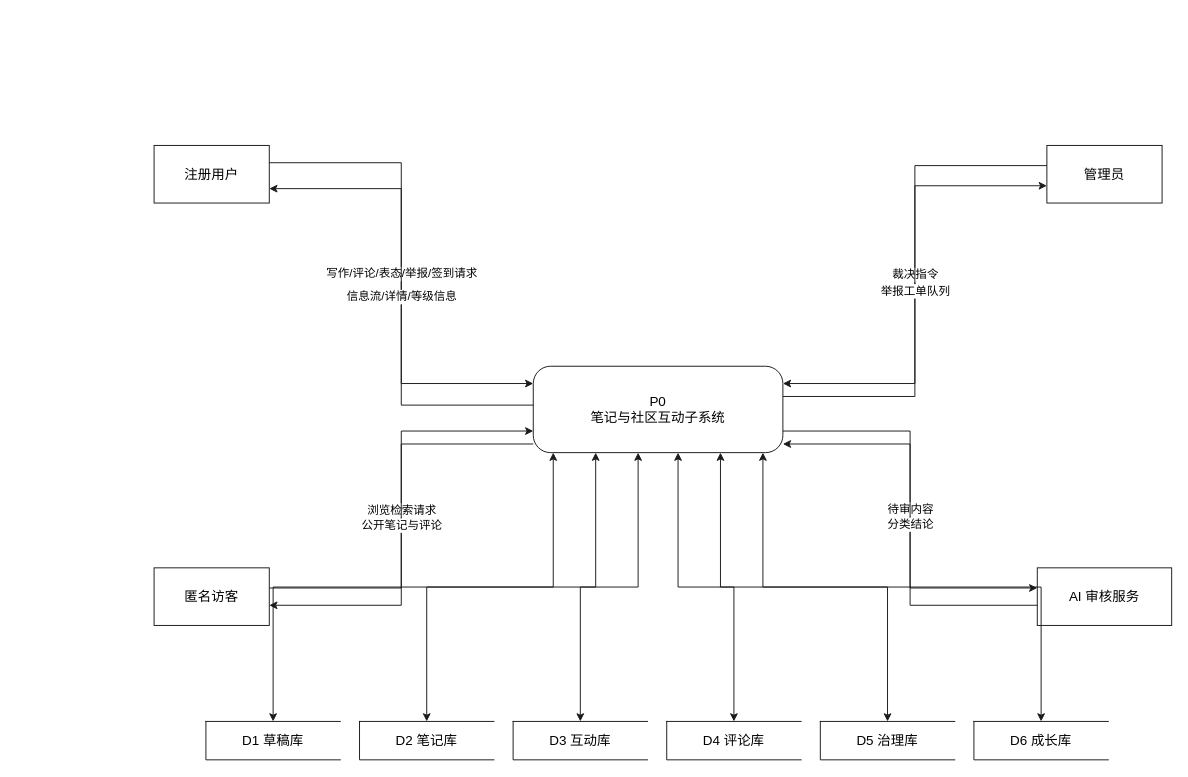
This is docs/coursework/figures/ch4-fig2-dfd-top.drawio from XjuSelab/xju-feiyue, a draw.io file, before an edit. Source tidied: cells renumbered, new cells numbered last; positions are measured from the earlier drawing's top-left corner, leaving out a move shared by most shapes. Both pictures are drawn from the tidied source at 96%, with x=0, y=0 at pixel (154, 145).
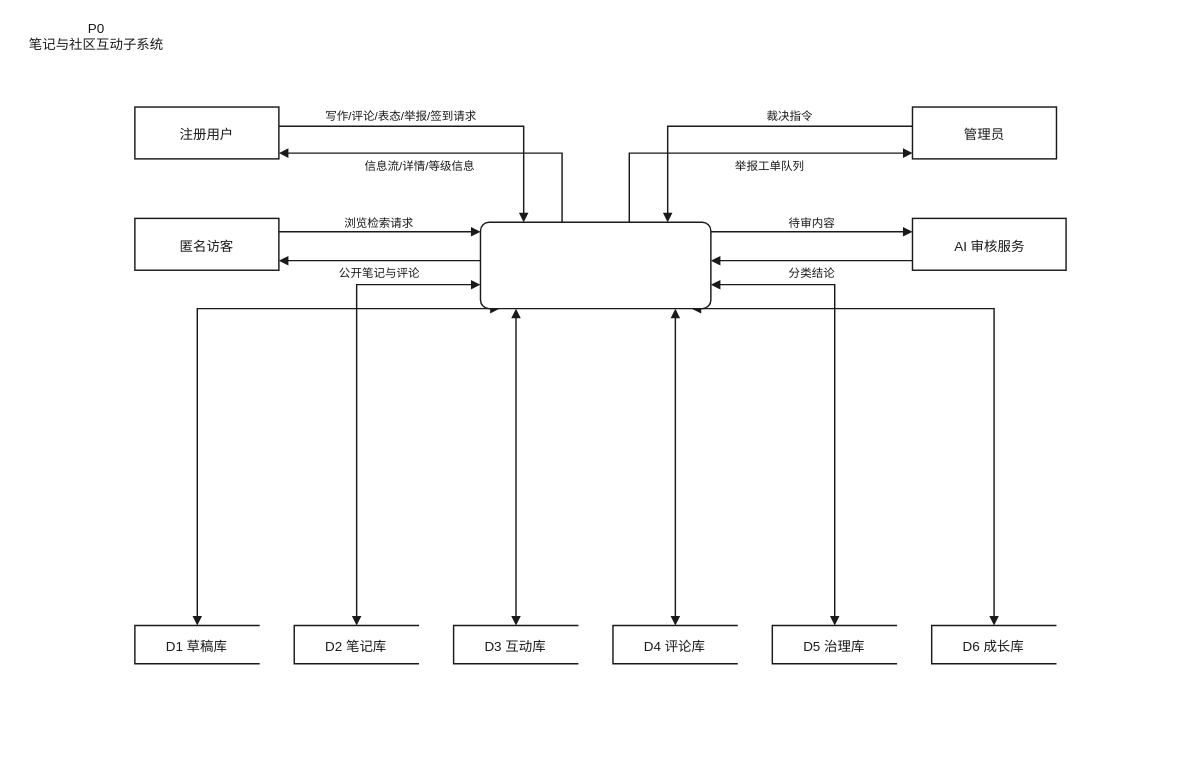
The same page after the edit.

Diff of the diagram source:
```diff
@@
+    <mxCell id="27" style="endArrow=block;html=1;rounded=0;strokeColor=#1a1a1a;strokeWidth=1.5;startArrow=block;" parent="1" edge="1">
+      <mxGeometry relative="1" as="geometry">
+        <mxPoint x="45" y="500" as="sourcePoint" />
+        <mxPoint x="360" y="170" as="targetPoint" />
+        <Array as="points">
+          <mxPoint x="45" y="170" />
+        </Array>
+      </mxGeometry>
+    </mxCell>
+    <mxCell id="28" style="endArrow=block;html=1;rounded=0;strokeColor=#1a1a1a;strokeWidth=1.5;startArrow=block;" parent="1" edge="1">
+      <mxGeometry relative="1" as="geometry">
+        <mxPoint x="211" y="500" as="sourcePoint" />
+        <mxPoint x="340" y="145" as="targetPoint" />
+        <Array as="points">
+          <mxPoint x="211" y="145" />
+        </Array>
+      </mxGeometry>
+    </mxCell>
+    <mxCell id="29" style="endArrow=block;html=1;rounded=0;strokeColor=#1a1a1a;strokeWidth=1.5;startArrow=block;" parent="1" edge="1">
+      <mxGeometry relative="1" as="geometry">
+        <mxPoint x="377" y="500" as="sourcePoint" />
+        <mxPoint x="377" y="170" as="targetPoint" />
+      </mxGeometry>
+    </mxCell>
+    <mxCell id="30" style="endArrow=block;html=1;rounded=0;strokeColor=#1a1a1a;strokeWidth=1.5;startArrow=block;" parent="1" edge="1">
+      <mxGeometry relative="1" as="geometry">
+        <mxPoint x="543" y="500" as="sourcePoint" />
+        <mxPoint x="543" y="170" as="targetPoint" />
+      </mxGeometry>
+    </mxCell>
+    <mxCell id="31" style="endArrow=block;html=1;rounded=0;strokeColor=#1a1a1a;strokeWidth=1.5;startArrow=block;" parent="1" edge="1">
+      <mxGeometry relative="1" as="geometry">
+        <mxPoint x="709" y="500" as="sourcePoint" />
+        <mxPoint x="580" y="145" as="targetPoint" />
+        <Array as="points">
+          <mxPoint x="709" y="145" />
+        </Array>
+      </mxGeometry>
+    </mxCell>
+    <mxCell id="32" style="endArrow=block;html=1;rounded=0;strokeColor=#1a1a1a;strokeWidth=1.5;startArrow=block;" parent="1" edge="1">
+      <mxGeometry relative="1" as="geometry">
+        <mxPoint x="875" y="500" as="sourcePoint" />
+        <mxPoint x="560" y="170" as="targetPoint" />
+        <Array as="points">
+          <mxPoint x="875" y="170" />
+        </Array>
+      </mxGeometry>
+    </mxCell>
+    <mxCell id="33" style="endArrow=block;html=1;rounded=0;strokeColor=#1a1a1a;strokeWidth=1.5;" parent="1" edge="1">
+      <mxGeometry relative="1" as="geometry">
+        <mxPoint x="130" y="-20" as="sourcePoint" />
+        <mxPoint x="385" y="80" as="targetPoint" />
+        <Array as="points">
+          <mxPoint x="385" y="-20" />
+        </Array>
+      </mxGeometry>
+    </mxCell>
+    <mxCell id="34" style="endArrow=block;html=1;rounded=0;strokeColor=#1a1a1a;strokeWidth=1.5;" parent="1" edge="1">
+      <mxGeometry relative="1" as="geometry">
+        <mxPoint x="425" y="80" as="sourcePoint" />
+        <mxPoint x="130" y="8" as="targetPoint" />
+        <Array as="points">
+          <mxPoint x="425" y="8" />
+        </Array>
+      </mxGeometry>
+    </mxCell>
+    <mxCell id="35" style="endArrow=block;html=1;rounded=0;strokeColor=#1a1a1a;strokeWidth=1.5;" parent="1" edge="1">
+      <mxGeometry relative="1" as="geometry">
+        <mxPoint x="130" y="90" as="sourcePoint" />
+        <mxPoint x="340" y="90" as="targetPoint" />
+      </mxGeometry>
+    </mxCell>
+    <mxCell id="36" style="endArrow=block;html=1;rounded=0;strokeColor=#1a1a1a;strokeWidth=1.5;" parent="1" edge="1">
+      <mxGeometry relative="1" as="geometry">
+        <mxPoint x="340" y="120" as="sourcePoint" />
+        <mxPoint x="130" y="120" as="targetPoint" />
+      </mxGeometry>
+    </mxCell>
+    <mxCell id="37" style="endArrow=block;html=1;rounded=0;strokeColor=#1a1a1a;strokeWidth=1.5;" parent="1" edge="1">
+      <mxGeometry relative="1" as="geometry">
+        <mxPoint x="790" y="-20" as="sourcePoint" />
+        <mxPoint x="535" y="80" as="targetPoint" />
+        <Array as="points">
+          <mxPoint x="535" y="-20" />
+        </Array>
+      </mxGeometry>
+    </mxCell>
+    <mxCell id="38" style="endArrow=block;html=1;rounded=0;strokeColor=#1a1a1a;strokeWidth=1.5;" parent="1" edge="1">
+      <mxGeometry relative="1" as="geometry">
+        <mxPoint x="495" y="80" as="sourcePoint" />
+        <mxPoint x="790" y="8" as="targetPoint" />
+        <Array as="points">
+          <mxPoint x="495" y="8" />
+        </Array>
+      </mxGeometry>
+    </mxCell>
+    <mxCell id="39" style="endArrow=block;html=1;rounded=0;strokeColor=#1a1a1a;strokeWidth=1.5;" parent="1" edge="1">
+      <mxGeometry relative="1" as="geometry">
+        <mxPoint x="580" y="90" as="sourcePoint" />
+        <mxPoint x="790" y="90" as="targetPoint" />
+      </mxGeometry>
+    </mxCell>
+    <mxCell id="40" style="endArrow=block;html=1;rounded=0;strokeColor=#1a1a1a;strokeWidth=1.5;" parent="1" edge="1">
+      <mxGeometry relative="1" as="geometry">
+        <mxPoint x="790" y="120" as="sourcePoint" />
+        <mxPoint x="580" y="120" as="targetPoint" />
+      </mxGeometry>
+    </mxCell>
+    <mxCell id="41" style="whiteSpace=wrap;html=1;fillColor=#ffffff;strokeColor=#1a1a1a;strokeWidth=1.5;" parent="1" vertex="1">
+      <mxGeometry x="-20" y="-40" width="150" height="54" as="geometry" />
+    </mxCell>
-    <mxCell id="2" value="注册用户" style="rounded=0;whiteSpace=wrap;html=1;fillColor=#ffffff;strokeColor=#1a1a1a;fontSize=14;" parent="1" vertex="1">
-      <mxGeometry width="120" height="60" as="geometry" />
+    <mxCell id="2" value="注册用户" style="text;html=1;strokeColor=none;fillColor=none;fontSize=14;fontColor=#1a1a1a;fontStyle=0;align=center;verticalAlign=middle;whiteSpace=wrap;rounded=0;" parent="1" vertex="1">
+      <mxGeometry x="18.2" y="-22" width="73.6" height="22" as="geometry" />
     </mxCell>
+    <mxCell id="42" style="whiteSpace=wrap;html=1;fillColor=#ffffff;strokeColor=#1a1a1a;strokeWidth=1.5;" parent="1" vertex="1">
+      <mxGeometry x="790" y="-40" width="150" height="54" as="geometry" />
+    </mxCell>
+    <mxCell id="4" value="管理员" style="text;html=1;strokeColor=none;fillColor=none;fontSize=14;fontColor=#1a1a1a;fontStyle=0;align=center;verticalAlign=middle;whiteSpace=wrap;rounded=0;" parent="1" vertex="1">
+      <mxGeometry x="835.9" y="-22" width="58.2" height="22" as="geometry" />
+    </mxCell>
+    <mxCell id="43" style="whiteSpace=wrap;html=1;fillColor=#ffffff;strokeColor=#1a1a1a;strokeWidth=1.5;" parent="1" vertex="1">
+      <mxGeometry x="-20" y="76" width="150" height="54" as="geometry" />
+    </mxCell>
-    <mxCell id="3" value="匿名访客" style="rounded=0;whiteSpace=wrap;html=1;fillColor=#ffffff;strokeColor=#1a1a1a;fontSize=14;" parent="1" vertex="1">
-      <mxGeometry y="440" width="120" height="60" as="geometry" />
+    <mxCell id="3" value="匿名访客" style="text;html=1;strokeColor=none;fillColor=none;fontSize=14;fontColor=#1a1a1a;fontStyle=0;align=center;verticalAlign=middle;whiteSpace=wrap;rounded=0;" parent="1" vertex="1">
+      <mxGeometry x="18.2" y="94" width="73.6" height="22" as="geometry" />
     </mxCell>
-    <mxCell id="4" value="管理员" style="rounded=0;whiteSpace=wrap;html=1;fillColor=#ffffff;strokeColor=#1a1a1a;fontSize=14;" parent="1" vertex="1">
-      <mxGeometry x="930" width="120" height="60" as="geometry" />
-    </mxCell>
+    <mxCell id="44" style="whiteSpace=wrap;html=1;fillColor=#ffffff;strokeColor=#1a1a1a;strokeWidth=1.5;" parent="1" vertex="1">
+      <mxGeometry x="790" y="76" width="160" height="54" as="geometry" />
+    </mxCell>
-    <mxCell id="5" value="AI 审核服务" style="rounded=0;whiteSpace=wrap;html=1;fillColor=#ffffff;strokeColor=#1a1a1a;fontSize=14;" parent="1" vertex="1">
-      <mxGeometry x="920" y="440" width="140" height="60" as="geometry" />
+    <mxCell id="5" value="AI 审核服务" style="text;html=1;strokeColor=none;fillColor=none;fontSize=14;fontColor=#1a1a1a;fontStyle=0;align=center;verticalAlign=middle;whiteSpace=wrap;rounded=0;" parent="1" vertex="1">
+      <mxGeometry x="821.6" y="94" width="96.7" height="22" as="geometry" />
     </mxCell>
+    <mxCell id="45" style="whiteSpace=wrap;html=1;fillColor=#ffffff;strokeColor=#1a1a1a;strokeWidth=1.5;rounded=1;arcSize=10;" parent="1" vertex="1">
+      <mxGeometry x="340" y="80" width="240" height="90" as="geometry" />
+    </mxCell>
-    <mxCell id="6" value="P0&lt;br&gt;笔记与社区互动子系统" style="rounded=1;arcSize=20;whiteSpace=wrap;html=1;fillColor=#ffffff;strokeColor=#1a1a1a;fontSize=14;" parent="1" vertex="1">
-      <mxGeometry x="395" y="230" width="260" height="90" as="geometry" />
+    <mxCell id="6" value="P0&lt;br&gt;笔记与社区互动子系统" style="text;html=1;strokeColor=none;fillColor=none;fontSize=14;fontColor=#1a1a1a;fontStyle=0;align=center;verticalAlign=middle;whiteSpace=wrap;rounded=0;" parent="1" vertex="1">
+      <mxGeometry x="-143" y="-134" width="166" height="40" as="geometry" />
     </mxCell>
+    <mxCell id="46" style="endArrow=none;html=1;rounded=0;strokeColor=#1a1a1a;strokeWidth=1.5;" parent="1" edge="1">
+      <mxGeometry relative="1" as="geometry">
+        <mxPoint x="110" y="500" as="sourcePoint" />
+        <mxPoint x="110" y="540" as="targetPoint" />
+        <Array as="points">
+          <mxPoint x="-20" y="500" />
+          <mxPoint x="-20" y="540" />
+        </Array>
+      </mxGeometry>
+    </mxCell>
-    <mxCell id="7" value="D1 草稿库" style="shape=partialRectangle;right=0;whiteSpace=wrap;html=1;fillColor=#ffffff;strokeColor=#1a1a1a;fontSize=14;" parent="1" vertex="1">
-      <mxGeometry x="54" y="600" width="140" height="40" as="geometry" />
+    <mxCell id="7" value="D1 草稿库" style="text;html=1;strokeColor=none;fillColor=none;fontSize=14;fontColor=#1a1a1a;fontStyle=0;align=center;verticalAlign=middle;whiteSpace=wrap;rounded=0;" parent="1" vertex="1">
+      <mxGeometry x="4.3" y="511" width="81.3" height="22" as="geometry" />
     </mxCell>
+    <mxCell id="47" style="endArrow=none;html=1;rounded=0;strokeColor=#1a1a1a;strokeWidth=1.5;" parent="1" edge="1">
+      <mxGeometry relative="1" as="geometry">
+        <mxPoint x="276" y="500" as="sourcePoint" />
+        <mxPoint x="276" y="540" as="targetPoint" />
+        <Array as="points">
+          <mxPoint x="146" y="500" />
+          <mxPoint x="146" y="540" />
+        </Array>
+      </mxGeometry>
+    </mxCell>
-    <mxCell id="8" value="D2 笔记库" style="shape=partialRectangle;right=0;whiteSpace=wrap;html=1;fillColor=#ffffff;strokeColor=#1a1a1a;fontSize=14;" parent="1" vertex="1">
-      <mxGeometry x="214" y="600" width="140" height="40" as="geometry" />
+    <mxCell id="8" value="D2 笔记库" style="text;html=1;strokeColor=none;fillColor=none;fontSize=14;fontColor=#1a1a1a;fontStyle=0;align=center;verticalAlign=middle;whiteSpace=wrap;rounded=0;" parent="1" vertex="1">
+      <mxGeometry x="170.3" y="511" width="81.3" height="22" as="geometry" />
     </mxCell>
+    <mxCell id="48" style="endArrow=none;html=1;rounded=0;strokeColor=#1a1a1a;strokeWidth=1.5;" parent="1" edge="1">
+      <mxGeometry relative="1" as="geometry">
+        <mxPoint x="442" y="500" as="sourcePoint" />
+        <mxPoint x="442" y="540" as="targetPoint" />
+        <Array as="points">
+          <mxPoint x="312" y="500" />
+          <mxPoint x="312" y="540" />
+        </Array>
+      </mxGeometry>
+    </mxCell>
-    <mxCell id="9" value="D3 互动库" style="shape=partialRectangle;right=0;whiteSpace=wrap;html=1;fillColor=#ffffff;strokeColor=#1a1a1a;fontSize=14;" parent="1" vertex="1">
-      <mxGeometry x="374" y="600" width="140" height="40" as="geometry" />
+    <mxCell id="9" value="D3 互动库" style="text;html=1;strokeColor=none;fillColor=none;fontSize=14;fontColor=#1a1a1a;fontStyle=0;align=center;verticalAlign=middle;whiteSpace=wrap;rounded=0;" parent="1" vertex="1">
+      <mxGeometry x="336.4" y="511" width="81.3" height="22" as="geometry" />
     </mxCell>
+    <mxCell id="49" style="endArrow=none;html=1;rounded=0;strokeColor=#1a1a1a;strokeWidth=1.5;" parent="1" edge="1">
+      <mxGeometry relative="1" as="geometry">
+        <mxPoint x="608" y="500" as="sourcePoint" />
+        <mxPoint x="608" y="540" as="targetPoint" />
+        <Array as="points">
+          <mxPoint x="478" y="500" />
+          <mxPoint x="478" y="540" />
+        </Array>
+      </mxGeometry>
+    </mxCell>
-    <mxCell id="10" value="D4 评论库" style="shape=partialRectangle;right=0;whiteSpace=wrap;html=1;fillColor=#ffffff;strokeColor=#1a1a1a;fontSize=14;" parent="1" vertex="1">
-      <mxGeometry x="534" y="600" width="140" height="40" as="geometry" />
+    <mxCell id="10" value="D4 评论库" style="text;html=1;strokeColor=none;fillColor=none;fontSize=14;fontColor=#1a1a1a;fontStyle=0;align=center;verticalAlign=middle;whiteSpace=wrap;rounded=0;" parent="1" vertex="1">
+      <mxGeometry x="502.4" y="511" width="81.3" height="22" as="geometry" />
     </mxCell>
+    <mxCell id="50" style="endArrow=none;html=1;rounded=0;strokeColor=#1a1a1a;strokeWidth=1.5;" parent="1" edge="1">
+      <mxGeometry relative="1" as="geometry">
+        <mxPoint x="774" y="500" as="sourcePoint" />
+        <mxPoint x="774" y="540" as="targetPoint" />
+        <Array as="points">
+          <mxPoint x="644" y="500" />
+          <mxPoint x="644" y="540" />
+        </Array>
+      </mxGeometry>
+    </mxCell>
-    <mxCell id="11" value="D5 治理库" style="shape=partialRectangle;right=0;whiteSpace=wrap;html=1;fillColor=#ffffff;strokeColor=#1a1a1a;fontSize=14;" parent="1" vertex="1">
-      <mxGeometry x="694" y="600" width="140" height="40" as="geometry" />
+    <mxCell id="11" value="D5 治理库" style="text;html=1;strokeColor=none;fillColor=none;fontSize=14;fontColor=#1a1a1a;fontStyle=0;align=center;verticalAlign=middle;whiteSpace=wrap;rounded=0;" parent="1" vertex="1">
+      <mxGeometry x="668.4" y="511" width="81.3" height="22" as="geometry" />
     </mxCell>
+    <mxCell id="51" style="endArrow=none;html=1;rounded=0;strokeColor=#1a1a1a;strokeWidth=1.5;" parent="1" edge="1">
+      <mxGeometry relative="1" as="geometry">
+        <mxPoint x="940" y="500" as="sourcePoint" />
+        <mxPoint x="940" y="540" as="targetPoint" />
+        <Array as="points">
+          <mxPoint x="810" y="500" />
+          <mxPoint x="810" y="540" />
+        </Array>
+      </mxGeometry>
+    </mxCell>
-    <mxCell id="12" value="D6 成长库" style="shape=partialRectangle;right=0;whiteSpace=wrap;html=1;fillColor=#ffffff;strokeColor=#1a1a1a;fontSize=14;" parent="1" vertex="1">
-      <mxGeometry x="854" y="600" width="140" height="40" as="geometry" />
+    <mxCell id="12" value="D6 成长库" style="text;html=1;strokeColor=none;fillColor=none;fontSize=14;fontColor=#1a1a1a;fontStyle=0;align=center;verticalAlign=middle;whiteSpace=wrap;rounded=0;" parent="1" vertex="1">
+      <mxGeometry x="834.4" y="511" width="81.3" height="22" as="geometry" />
     </mxCell>
-    <mxCell id="13" value="写作/评论/表态/举报/签到请求" style="edgeStyle=orthogonalEdgeStyle;rounded=0;html=1;strokeColor=#1a1a1a;endArrow=classic;endFill=1;fontSize=12;exitX=1;exitY=0.3;exitDx=0;exitDy=0;entryX=0;entryY=0.2;entryDx=0;entryDy=0;" parent="1" edge="1" source="2" target="6">
-      <mxGeometry relative="1" as="geometry" />
+    <mxCell id="13" value="写作/评论/表态/举报/签到请求" style="text;html=1;strokeColor=none;fillColor=none;fontSize=12;fontColor=#1a1a1a;fontStyle=0;align=center;verticalAlign=middle;whiteSpace=wrap;rounded=0;" parent="1" vertex="1">
+      <mxGeometry x="158.6" y="-40" width="196.8" height="20" as="geometry" />
     </mxCell>
-    <mxCell id="14" value="信息流/详情/等级信息" style="edgeStyle=orthogonalEdgeStyle;rounded=0;html=1;strokeColor=#1a1a1a;endArrow=classic;endFill=1;fontSize=12;exitX=0;exitY=0.45;exitDx=0;exitDy=0;entryX=1;entryY=0.75;entryDx=0;entryDy=0;" parent="1" edge="1" source="6" target="2">
-      <mxGeometry relative="1" as="geometry" />
+    <mxCell id="14" value="信息流/详情/等级信息" style="text;html=1;strokeColor=none;fillColor=none;fontSize=12;fontColor=#1a1a1a;fontStyle=0;align=center;verticalAlign=middle;whiteSpace=wrap;rounded=0;" parent="1" vertex="1">
+      <mxGeometry x="205" y="12" width="144" height="20" as="geometry" />
     </mxCell>
-    <mxCell id="15" value="浏览检索请求" style="edgeStyle=orthogonalEdgeStyle;rounded=0;html=1;strokeColor=#1a1a1a;endArrow=classic;endFill=1;fontSize=12;exitX=1;exitY=0.35;exitDx=0;exitDy=0;entryX=0;entryY=0.75;entryDx=0;entryDy=0;" parent="1" edge="1" source="3" target="6">
-      <mxGeometry relative="1" as="geometry" />
+    <mxCell id="15" value="浏览检索请求" style="text;html=1;strokeColor=none;fillColor=none;fontSize=12;fontColor=#1a1a1a;fontStyle=0;align=center;verticalAlign=middle;whiteSpace=wrap;rounded=0;" parent="1" vertex="1">
+      <mxGeometry x="189.4" y="71" width="91.2" height="20" as="geometry" />
     </mxCell>
-    <mxCell id="16" value="公开笔记与评论" style="edgeStyle=orthogonalEdgeStyle;rounded=0;html=1;strokeColor=#1a1a1a;endArrow=classic;endFill=1;fontSize=12;exitX=0;exitY=0.9;exitDx=0;exitDy=0;entryX=1;entryY=0.65;entryDx=0;entryDy=0;" parent="1" edge="1" source="6" target="3">
-      <mxGeometry relative="1" as="geometry" />
+    <mxCell id="16" value="公开笔记与评论" style="text;html=1;strokeColor=none;fillColor=none;fontSize=12;fontColor=#1a1a1a;fontStyle=0;align=center;verticalAlign=middle;whiteSpace=wrap;rounded=0;" parent="1" vertex="1">
+      <mxGeometry x="182.8" y="124" width="104.4" height="20" as="geometry" />
     </mxCell>
-    <mxCell id="17" value="裁决指令" style="edgeStyle=orthogonalEdgeStyle;rounded=0;html=1;strokeColor=#1a1a1a;endArrow=classic;endFill=1;fontSize=12;exitX=0;exitY=0.35;exitDx=0;exitDy=0;entryX=1;entryY=0.2;entryDx=0;entryDy=0;" parent="1" edge="1" source="4" target="6">
-      <mxGeometry relative="1" as="geometry" />
+    <mxCell id="17" value="裁决指令" style="text;html=1;strokeColor=none;fillColor=none;fontSize=12;fontColor=#1a1a1a;fontStyle=0;align=center;verticalAlign=middle;whiteSpace=wrap;rounded=0;" parent="1" vertex="1">
+      <mxGeometry x="629.6" y="-40" width="64.8" height="20" as="geometry" />
     </mxCell>
-    <mxCell id="18" value="举报工单队列" style="edgeStyle=orthogonalEdgeStyle;rounded=0;html=1;strokeColor=#1a1a1a;endArrow=classic;endFill=1;fontSize=12;exitX=1;exitY=0.35;exitDx=0;exitDy=0;entryX=0;entryY=0.7;entryDx=0;entryDy=0;" parent="1" edge="1" source="6" target="4">
-      <mxGeometry relative="1" as="geometry" />
+    <mxCell id="18" value="举报工单队列" style="text;html=1;strokeColor=none;fillColor=none;fontSize=12;fontColor=#1a1a1a;fontStyle=0;align=center;verticalAlign=middle;whiteSpace=wrap;rounded=0;" parent="1" vertex="1">
+      <mxGeometry x="596.4" y="12" width="91.2" height="20" as="geometry" />
     </mxCell>
-    <mxCell id="19" value="待审内容" style="edgeStyle=orthogonalEdgeStyle;rounded=0;html=1;strokeColor=#1a1a1a;endArrow=classic;endFill=1;fontSize=12;exitX=1;exitY=0.75;exitDx=0;exitDy=0;entryX=0;entryY=0.35;entryDx=0;entryDy=0;" parent="1" edge="1" source="6" target="5">
-      <mxGeometry relative="1" as="geometry" />
+    <mxCell id="19" value="待审内容" style="text;html=1;strokeColor=none;fillColor=none;fontSize=12;fontColor=#1a1a1a;fontStyle=0;align=center;verticalAlign=middle;whiteSpace=wrap;rounded=0;" parent="1" vertex="1">
+      <mxGeometry x="652.6" y="71" width="64.8" height="20" as="geometry" />
     </mxCell>
-    <mxCell id="20" value="分类结论" style="edgeStyle=orthogonalEdgeStyle;rounded=0;html=1;strokeColor=#1a1a1a;endArrow=classic;endFill=1;fontSize=12;exitX=0;exitY=0.65;exitDx=0;exitDy=0;entryX=1;entryY=0.9;entryDx=0;entryDy=0;" parent="1" edge="1" source="5" target="6">
-      <mxGeometry relative="1" as="geometry" />
+    <mxCell id="20" value="分类结论" style="text;html=1;strokeColor=none;fillColor=none;fontSize=12;fontColor=#1a1a1a;fontStyle=0;align=center;verticalAlign=middle;whiteSpace=wrap;rounded=0;" parent="1" vertex="1">
+      <mxGeometry x="652.6" y="124" width="64.8" height="20" as="geometry" />
     </mxCell>
-    <mxCell id="21" style="edgeStyle=orthogonalEdgeStyle;rounded=0;html=1;strokeColor=#1a1a1a;endArrow=classic;endFill=1;fontSize=12;startArrow=classic;startFill=1;exitX=0.08;exitY=1;exitDx=0;exitDy=0;entryX=0.5;entryY=0;entryDx=0;entryDy=0;" parent="1" edge="1" source="6" target="7">
-      <mxGeometry relative="1" as="geometry" />
-    </mxCell>
-    <mxCell id="22" style="edgeStyle=orthogonalEdgeStyle;rounded=0;html=1;strokeColor=#1a1a1a;endArrow=classic;endFill=1;fontSize=12;startArrow=classic;startFill=1;exitX=0.25;exitY=1;exitDx=0;exitDy=0;entryX=0.5;entryY=0;entryDx=0;entryDy=0;" parent="1" edge="1" source="6" target="8">
-      <mxGeometry relative="1" as="geometry" />
-    </mxCell>
-    <mxCell id="23" style="edgeStyle=orthogonalEdgeStyle;rounded=0;html=1;strokeColor=#1a1a1a;endArrow=classic;endFill=1;fontSize=12;startArrow=classic;startFill=1;exitX=0.42;exitY=1;exitDx=0;exitDy=0;entryX=0.5;entryY=0;entryDx=0;entryDy=0;" parent="1" edge="1" source="6" target="9">
-      <mxGeometry relative="1" as="geometry" />
-    </mxCell>
-    <mxCell id="24" style="edgeStyle=orthogonalEdgeStyle;rounded=0;html=1;strokeColor=#1a1a1a;endArrow=classic;endFill=1;fontSize=12;startArrow=classic;startFill=1;exitX=0.58;exitY=1;exitDx=0;exitDy=0;entryX=0.5;entryY=0;entryDx=0;entryDy=0;" parent="1" edge="1" source="6" target="10">
-      <mxGeometry relative="1" as="geometry" />
-    </mxCell>
-    <mxCell id="25" style="edgeStyle=orthogonalEdgeStyle;rounded=0;html=1;strokeColor=#1a1a1a;endArrow=classic;endFill=1;fontSize=12;startArrow=classic;startFill=1;exitX=0.75;exitY=1;exitDx=0;exitDy=0;entryX=0.5;entryY=0;entryDx=0;entryDy=0;" parent="1" edge="1" source="6" target="11">
-      <mxGeometry relative="1" as="geometry" />
-    </mxCell>
-    <mxCell id="26" style="edgeStyle=orthogonalEdgeStyle;rounded=0;html=1;strokeColor=#1a1a1a;endArrow=classic;endFill=1;fontSize=12;startArrow=classic;startFill=1;exitX=0.92;exitY=1;exitDx=0;exitDy=0;entryX=0.5;entryY=0;entryDx=0;entryDy=0;" parent="1" edge="1" source="6" target="12">
-      <mxGeometry relative="1" as="geometry" />
-    </mxCell>
```
